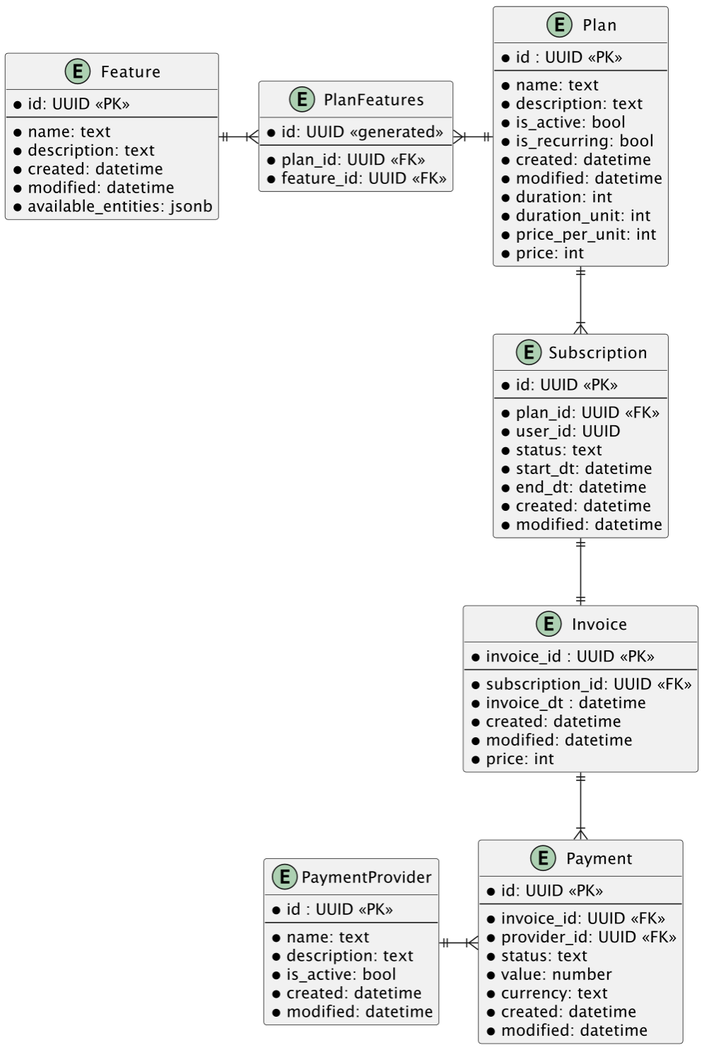
Earlier version of the PlantUML export architecture/db_entities.png (AlexanderZharyuk/billing-service). Its source is kept beside it as architecture/db_entities.puml.
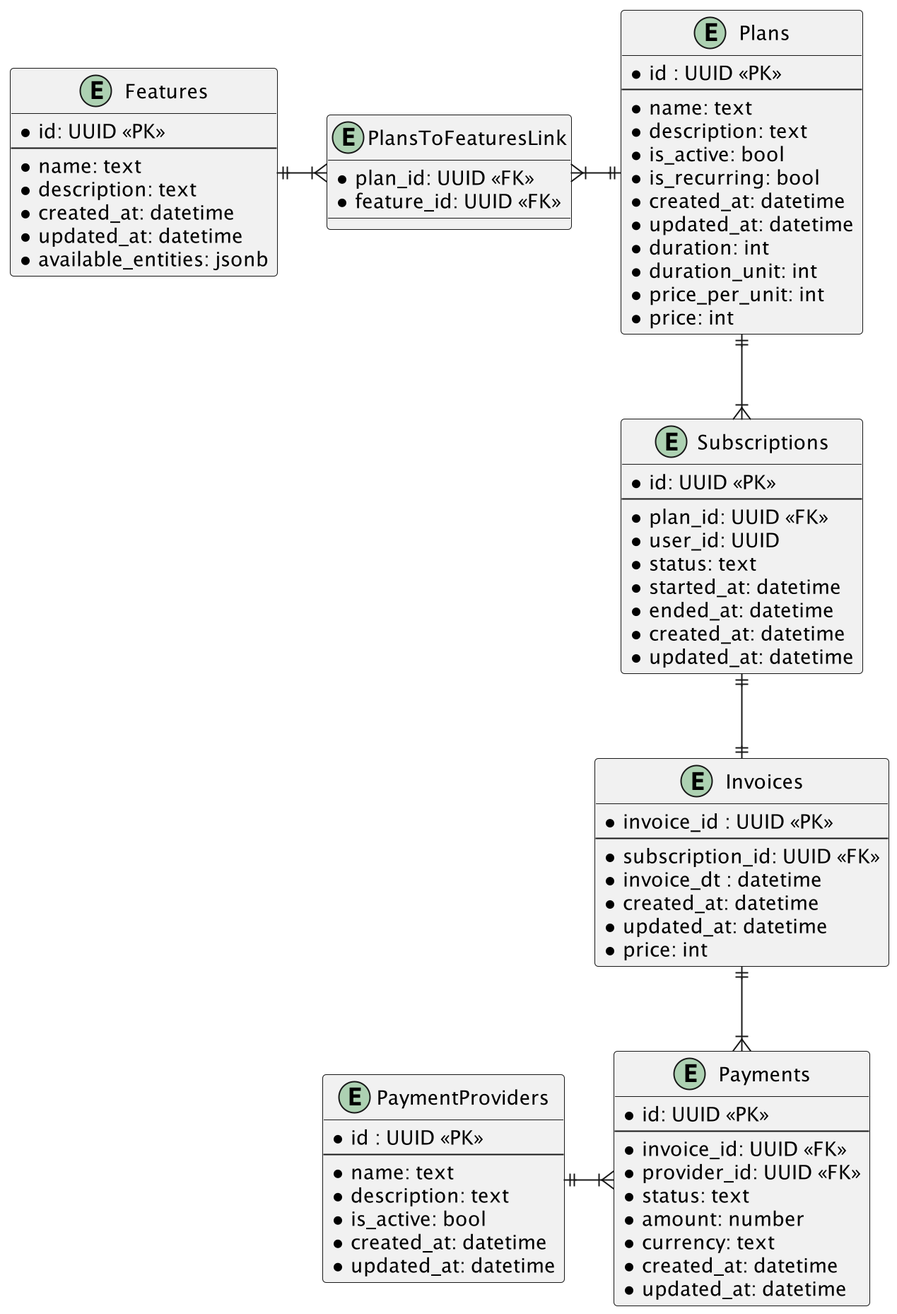
After the change.

The edit, as a diff of the source:
```diff
@@ -1,37 +1,37 @@
 @startuml
 skinparam linetype ortho
 
-entity "Invoice" as invoice {
+entity "Invoices" as invoice {
   *invoice_id : UUID <<PK>>
   --
   *subscription_id: UUID <<FK>>
   *invoice_dt : datetime
-  *created: datetime
-  *modified: datetime
+  *created_at: datetime
+  *updated_at: datetime
   *price: int
 }
 
-entity "Subscription" as subscription {
+entity "Subscriptions" as subscription {
   *id: UUID <<PK>>
   --
   *plan_id: UUID <<FK>>
   *user_id: UUID
   *status: text
-  *start_dt: datetime
-  *end_dt: datetime
-  *created: datetime
-  *modified: datetime
+  *started_at: datetime
+  *ended_at: datetime
+  *created_at: datetime
+  *updated_at: datetime
 }
 
-entity "Plan" as plan {
+entity "Plans" as plan {
   *id : UUID <<PK>>
   --
   *name: text
   *description: text
   *is_active: bool
   *is_recurring: bool
-  *created: datetime
-  *modified: datetime
+  *created_at: datetime
+  *updated_at: datetime
   *duration: int
   *duration_unit: int
   *price_per_unit: int
@@ -39,44 +39,42 @@
 }
 
 
-entity "Payment" as payment {
+entity "Payments" as payment {
   *id: UUID <<PK>>
   --
   *invoice_id: UUID <<FK>>
   *provider_id: UUID <<FK>>
   *status: text
-  *value: number
+  *amount: number
   *currency: text
-  *created: datetime
-  *modified: datetime
+  *created_at: datetime
+  *updated_at: datetime
 }
 
 
-entity "PaymentProvider" as provider {
+entity "PaymentProviders" as provider {
   *id : UUID <<PK>>
   --
   *name: text
   *description: text
   *is_active: bool
-  *created: datetime
-  *modified: datetime
+  *created_at: datetime
+  *updated_at: datetime
 }
 
 
-entity "Feature" as feature{
+entity "Features" as feature{
   *id: UUID <<PK>>
   --
   *name: text
   *description: text
-  *created: datetime
-  *modified: datetime
+  *created_at: datetime
+  *updated_at: datetime
   *available_entities: jsonb
 }
 
 
-entity "PlanFeatures" as plan_features {
-  *id: UUID <<generated>>
-  --
+entity "PlansToFeaturesLink" as plan_features {
   *plan_id: UUID <<FK>>
   *feature_id: UUID <<FK>>
 }
```
